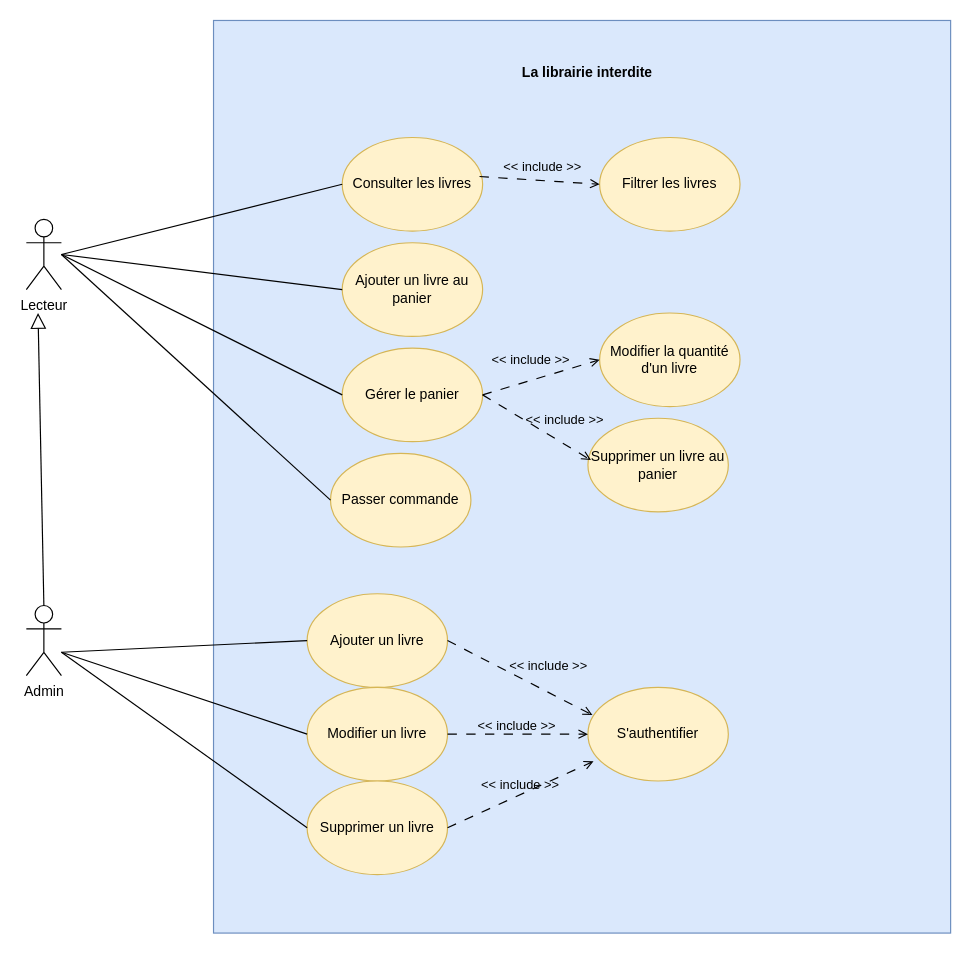
Earlier version of the draw.io diagram docs/Diagramme des cas d'utilisation/Diagramme des cas d'utilisation.drawio (sediatlearning-cmyk/LaLibrairieInterdite). Source tidied: cells renumbered, new cells numbered last; positions are measured from the earlier drawing's top-left corner, leaving out a move shared by most shapes. Both pictures are drawn from the tidied source at 117%, with x=0, y=0 at pixel (26, 20).
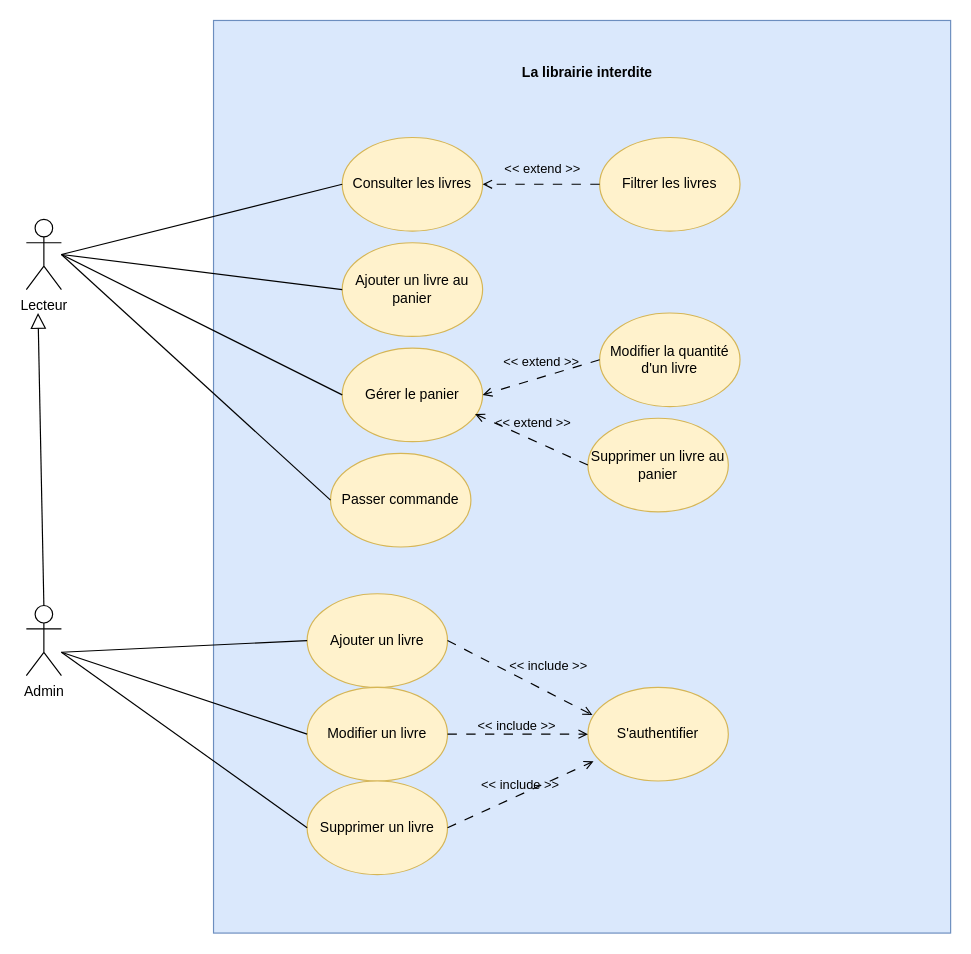
The same page after the edit.

Commit message:
changement de relation d'association extends au lieu de include

Unchanged cells that the change refers to:
```xml
<mxCell id="4" value="Consulter les livres" style="ellipse;whiteSpace=wrap;html=1;shapeInside=1;fillColor=#fff2cc;strokeColor=#d6b656;" parent="1" vertex="1">
  <mxGeometry x="270" y="100" width="120" height="80" as="geometry" />
</mxCell>
<mxCell id="7" value="Gérer le panier" style="ellipse;whiteSpace=wrap;html=1;shapeInside=1;fillColor=#fff2cc;strokeColor=#d6b656;" parent="1" vertex="1">
  <mxGeometry x="270" y="280" width="120" height="80" as="geometry" />
</mxCell>
<mxCell id="9" value="Filtrer les livres" style="ellipse;whiteSpace=wrap;html=1;shapeInside=1;fillColor=#fff2cc;strokeColor=#d6b656;" parent="1" vertex="1">
  <mxGeometry x="490" y="100" width="120" height="80" as="geometry" />
</mxCell>
<mxCell id="16" value="Modifier la quantité d'un livre" style="ellipse;whiteSpace=wrap;html=1;shapeInside=1;fillColor=#fff2cc;strokeColor=#d6b656;" parent="1" vertex="1">
  <mxGeometry x="490" y="250" width="120" height="80" as="geometry" />
</mxCell>
<mxCell id="17" value="Supprimer un livre au panier" style="ellipse;whiteSpace=wrap;html=1;shapeInside=1;fillColor=#fff2cc;strokeColor=#d6b656;" parent="1" vertex="1">
  <mxGeometry x="480" y="340" width="120" height="80" as="geometry" />
</mxCell>
```

Diff of the diagram source:
```diff
@@
-    <mxCell id="12" style="endArrow=open;html=1;rounded=0;exitX=0.978;exitY=0.417;exitDx=0;exitDy=0;exitPerimeter=0;entryX=0;entryY=0.5;entryDx=0;entryDy=0;endFill=0;dashed=1;dashPattern=8 8;" parent="1" edge="1" source="4" target="9">
+    <mxCell id="12" style="endArrow=open;html=1;rounded=0;entryX=1;entryY=0.5;entryDx=0;entryDy=0;endFill=0;dashed=1;dashPattern=8 8;exitX=0;exitY=0.5;exitDx=0;exitDy=0;" parent="1" edge="1" source="9" target="4">
       <mxGeometry relative="1" as="geometry" />
     </mxCell>
-    <mxCell id="13" value="&amp;lt;&amp;lt; include &amp;gt;&amp;gt;" style="edgeLabel;html=1;align=center;verticalAlign=middle;labelBackgroundColor=none;" parent="12" vertex="1">
+    <mxCell id="13" value="&amp;lt;&amp;lt; extend &amp;gt;&amp;gt;" style="edgeLabel;html=1;align=center;verticalAlign=middle;labelBackgroundColor=none;" parent="12" vertex="1">
       <mxGeometry x="0.02" y="-1" relative="1" as="geometry">
         <mxPoint x="1" y="-13" as="offset" />
       </mxGeometry>
     </mxCell>
@@
-    <mxCell id="18" style="endArrow=open;html=1;rounded=0;exitX=1;exitY=0.5;exitDx=0;exitDy=0;entryX=0;entryY=0.5;entryDx=0;entryDy=0;endFill=0;dashed=1;dashPattern=8 8;" parent="1" edge="1" source="7" target="16">
-      <mxGeometry relative="1" as="geometry" />
-    </mxCell>
-    <mxCell id="19" value="&amp;lt;&amp;lt; include &amp;gt;&amp;gt;" style="edgeLabel;html=1;align=center;verticalAlign=middle;labelBackgroundColor=none;" parent="18" vertex="1">
-      <mxGeometry x="0.02" y="-1" relative="1" as="geometry">
-        <mxPoint x="-11" y="-16" as="offset" />
-      </mxGeometry>
-    </mxCell>
-    <mxCell id="20" style="endArrow=open;html=1;rounded=0;exitX=1;exitY=0.5;exitDx=0;exitDy=0;entryX=0.022;entryY=0.447;entryDx=0;entryDy=0;endFill=0;dashed=1;dashPattern=8 8;entryPerimeter=0;" parent="1" edge="1" source="7" target="17">
-      <mxGeometry relative="1" as="geometry" />
-    </mxCell>
-    <mxCell id="21" value="&amp;lt;&amp;lt; include &amp;gt;&amp;gt;" style="edgeLabel;html=1;align=center;verticalAlign=middle;labelBackgroundColor=none;" parent="20" vertex="1">
-      <mxGeometry x="0.02" y="-1" relative="1" as="geometry">
-        <mxPoint x="23" y="-9" as="offset" />
-      </mxGeometry>
-    </mxCell>
@@
+    <mxCell id="37" style="endArrow=open;html=1;rounded=0;entryX=1;entryY=0.5;entryDx=0;entryDy=0;endFill=0;dashed=1;dashPattern=8 8;exitX=0;exitY=0.5;exitDx=0;exitDy=0;" parent="1" edge="1" source="16" target="7">
+      <mxGeometry relative="1" as="geometry" />
+    </mxCell>
+    <mxCell id="38" value="&amp;lt;&amp;lt; extend &amp;gt;&amp;gt;" style="edgeLabel;html=1;align=center;verticalAlign=middle;labelBackgroundColor=none;" parent="37" vertex="1">
+      <mxGeometry x="0.02" y="-1" relative="1" as="geometry">
+        <mxPoint x="1" y="-13" as="offset" />
+      </mxGeometry>
+    </mxCell>
+    <mxCell id="39" style="endArrow=open;html=1;rounded=0;entryX=0.946;entryY=0.705;entryDx=0;entryDy=0;endFill=0;dashed=1;dashPattern=8 8;exitX=0;exitY=0.5;exitDx=0;exitDy=0;entryPerimeter=0;" parent="1" edge="1" source="17" target="7">
+      <mxGeometry relative="1" as="geometry" />
+    </mxCell>
+    <mxCell id="40" value="&amp;lt;&amp;lt; extend &amp;gt;&amp;gt;" style="edgeLabel;html=1;align=center;verticalAlign=middle;labelBackgroundColor=none;" parent="39" vertex="1">
+      <mxGeometry x="0.02" y="-1" relative="1" as="geometry">
+        <mxPoint x="1" y="-13" as="offset" />
+      </mxGeometry>
+    </mxCell>
```
